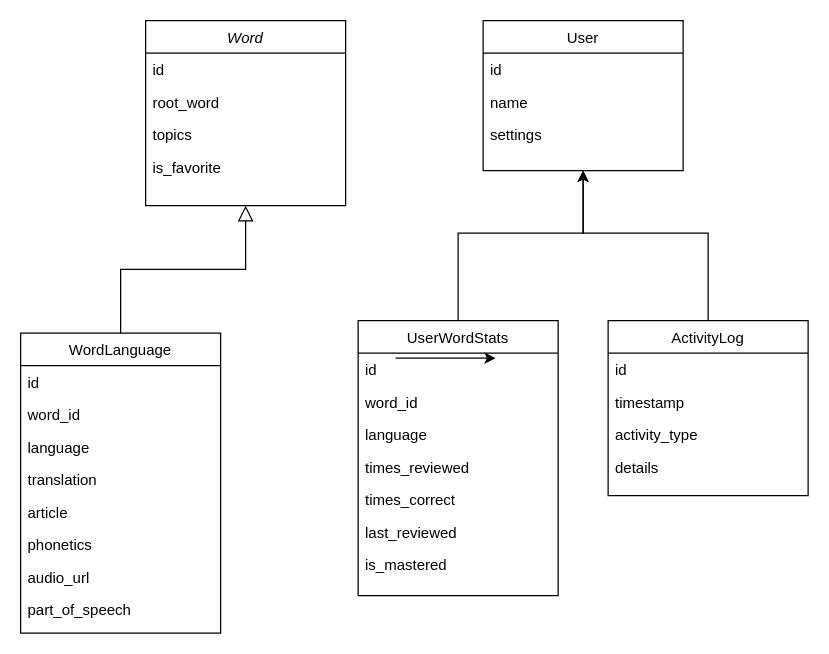
Above: docs/diagrams/data_model/PalabrasSchemaGeneral.drawio in empty-works/lingua-flash (draw.io), before the change. Source tidied: cells renumbered, new cells numbered last; positions are measured from the earlier drawing's top-left corner, leaving out a move shared by most shapes. Both pictures are drawn from the tidied source at 125%, with x=0, y=0 at pixel (20, 20).
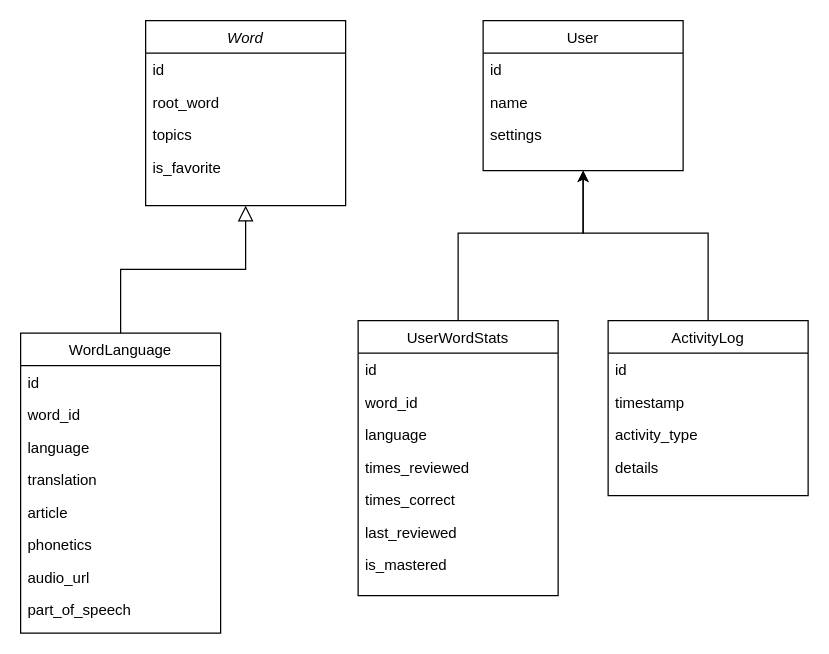
The same page after the edit.

Diff of the diagram source:
```diff
@@
-    <mxCell id="36" style="edgeStyle=none;orthogonalLoop=1;jettySize=auto;html=1;rounded=0;" parent="1" edge="1">
-      <mxGeometry relative="1" as="geometry">
-        <mxPoint x="300" y="270" as="sourcePoint" />
-        <mxPoint x="380" y="270" as="targetPoint" />
-      </mxGeometry>
-    </mxCell>
```
